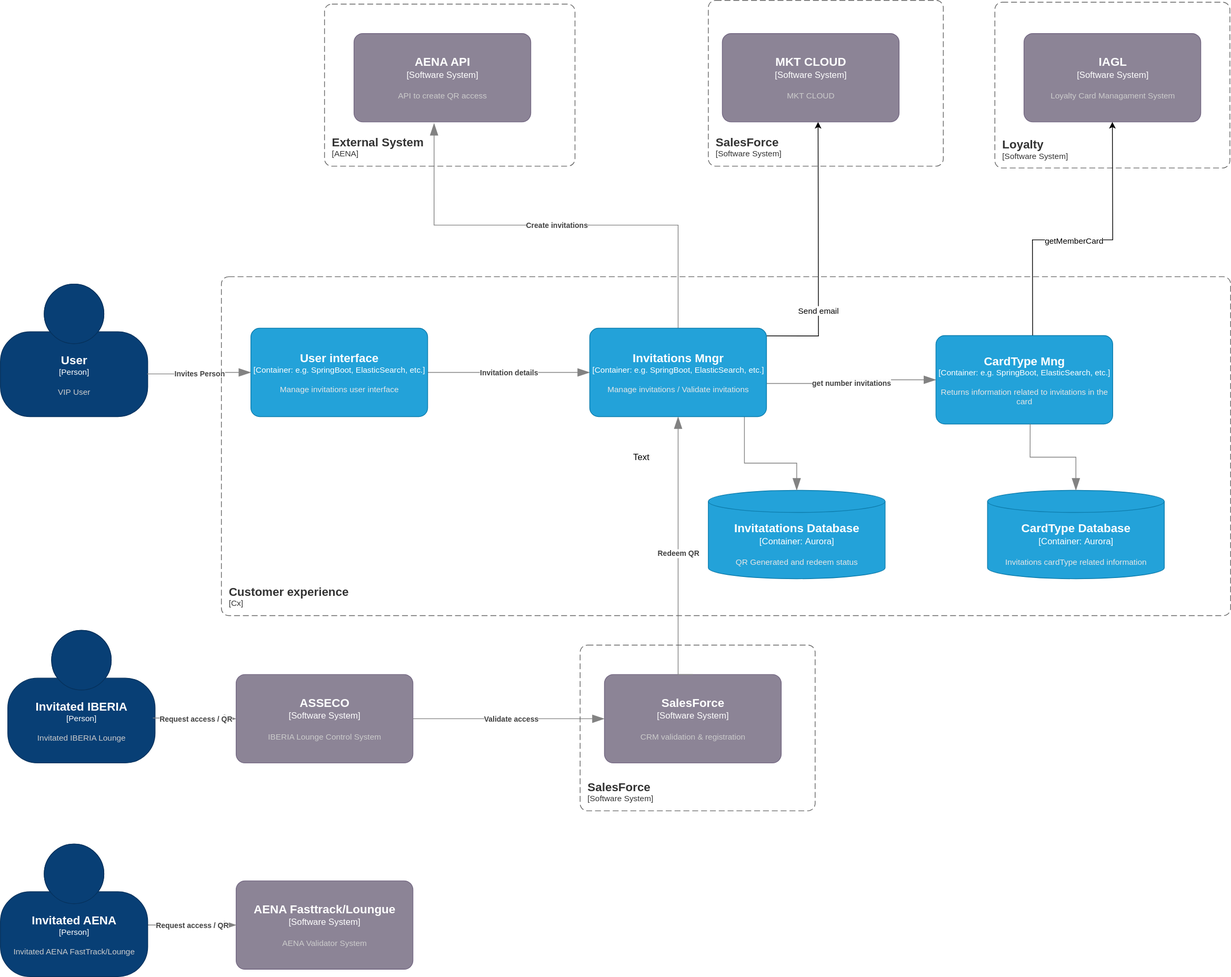
Before: docs/src/diagrams/Invitation-C4-L2-Tactical.svg, a diagram exported from draw.io (Iberia-Ent/customer--customer-experience--invitation-to-vip-lounges--design). Source tidied: cells renumbered, new cells last; positions are measured from the earlier drawing's top-left corner, leaving out a move shared by most shapes.
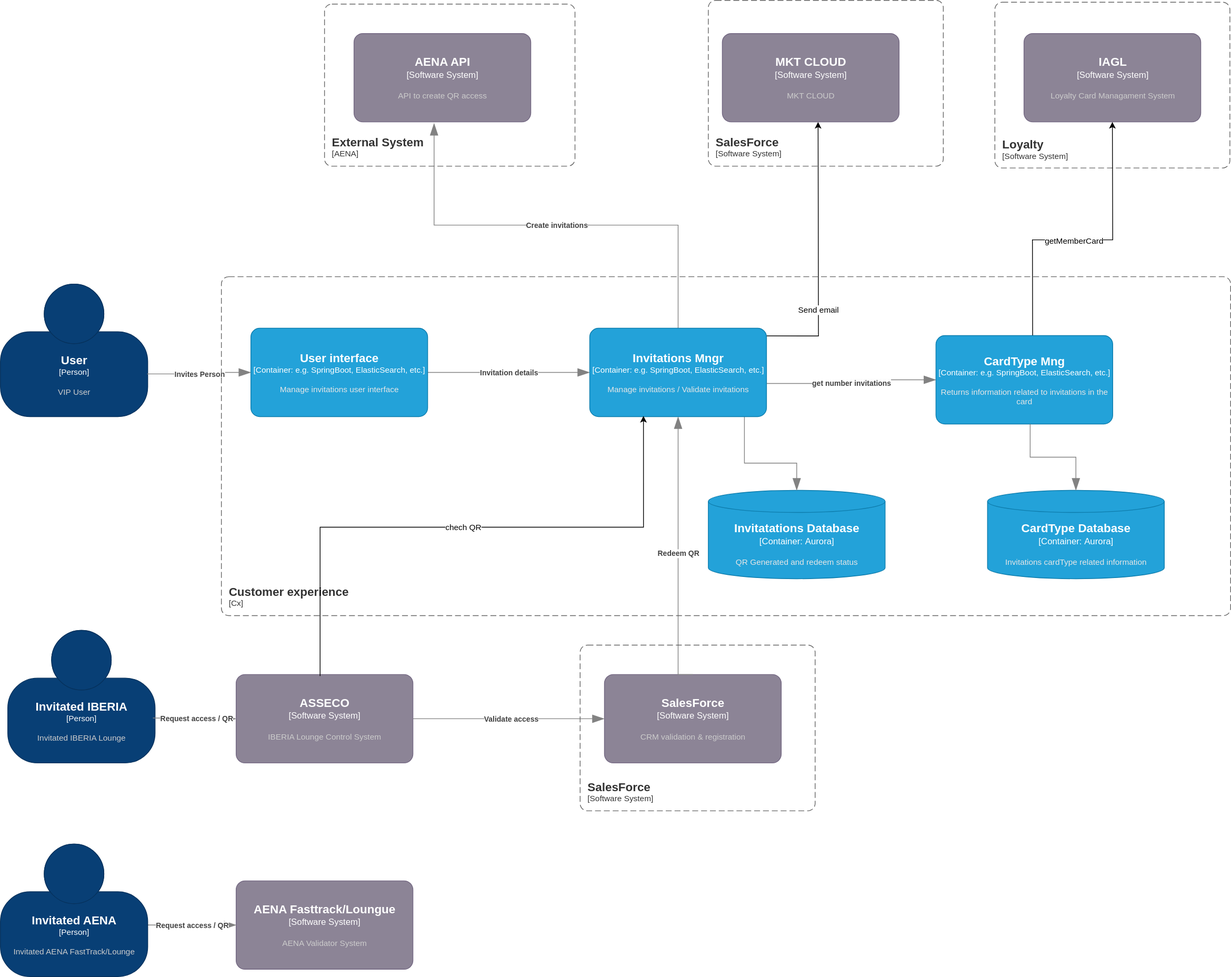
After the commit.

What changed in the source:
```diff
@@ -91,9 +91,6 @@
         <mxGeometry relative="1" as="geometry" />
       </mxCell>
     </object>
-    <mxCell id="18" value="Text" style="text;html=1;align=center;verticalAlign=middle;whiteSpace=wrap;rounded=0;" parent="1" vertex="1">
-      <mxGeometry x="840" y="605" width="60" height="30" as="geometry" />
-    </mxCell>
     <object id="19" label="&lt;font style=&quot;font-size: 16px&quot;&gt;&lt;b&gt;%c4Name%&lt;/b&gt;&lt;/font&gt;&lt;div&gt;[%c4Type%:&amp;nbsp;%c4Technology%]&lt;/div&gt;&lt;br&gt;&lt;div&gt;&lt;font style=&quot;font-size: 11px&quot;&gt;&lt;font color=&quot;#E6E6E6&quot;&gt;%c4Description%&lt;/font&gt;&lt;/div&gt;" c4Description="QR Generated and redeem status" c4Name="Invitatations Database" c4Technology="Aurora" c4Type="Container" placeholders="1">
       <mxCell style="shape=cylinder3;size=15;whiteSpace=wrap;html=1;boundedLbl=1;rounded=0;labelBackgroundColor=none;fillColor=#23A2D9;fontSize=12;fontColor=#ffffff;align=center;strokeColor=#0E7DAD;points=[[0.5,0,0],[1,0.25,0],[1,0.5,0],[1,0.75,0],[0.5,1,0],[0,0.75,0],[0,0.5,0],[0,0.25,0]];" parent="1" vertex="1">
         <mxGeometry x="961" y="665" width="240" height="120" as="geometry" />
@@ -183,5 +180,13 @@
     <mxCell id="34" value="getMemberCard" style="edgeLabel;html=1;align=center;verticalAlign=middle;" parent="33" vertex="1">
       <mxGeometry x="-0.07" relative="1" as="geometry" />
     </mxCell>
+    <mxCell id="35" value="chech QR" style="endArrow=classic;html=1;rounded=0;exitX=0.475;exitY=0.017;exitDx=0;exitDy=0;exitPerimeter=0;entryX=0.304;entryY=0.992;entryDx=0;entryDy=0;entryPerimeter=0;" parent="1" edge="1" source="10" target="22">
+      <mxGeometry relative="1" as="geometry">
+        <Array as="points">
+          <mxPoint x="434" y="715" />
+          <mxPoint x="873" y="715" />
+        </Array>
+      </mxGeometry>
+    </mxCell>
   </root>
 </mxGraphModel>
```
